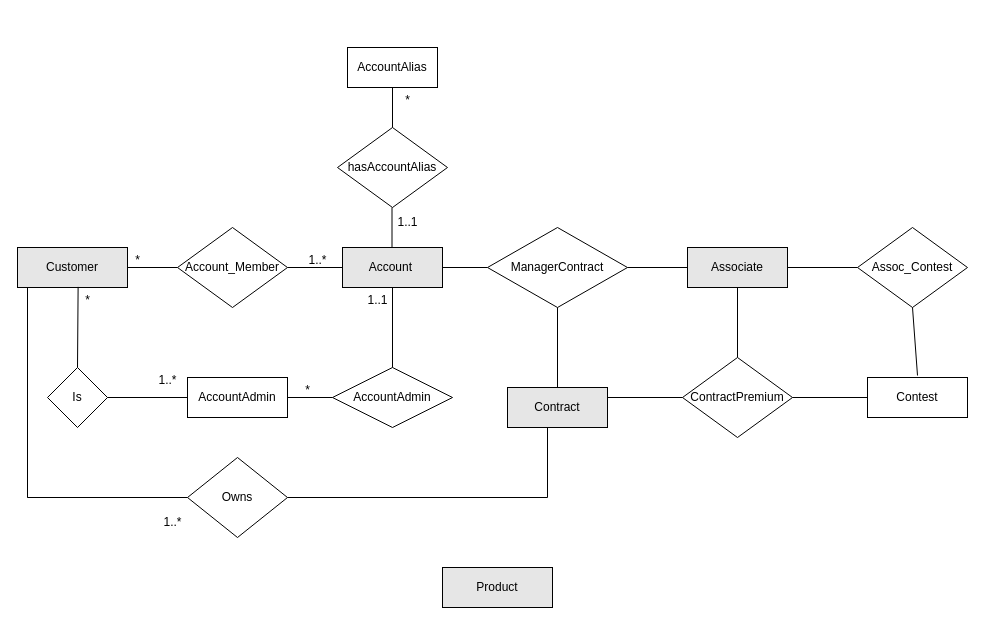
Above: page "Page-2" (2 of 2) of dsm-project-p1.drawio in HanquanL/c_practices (draw.io), before the change. Source tidied: cells renumbered, new cells numbered last; positions are measured from the earlier drawing's top-left corner, leaving out a move shared by most shapes. Both pictures are drawn from the tidied source at 100%, with x=0, y=0 at pixel (17, 47).
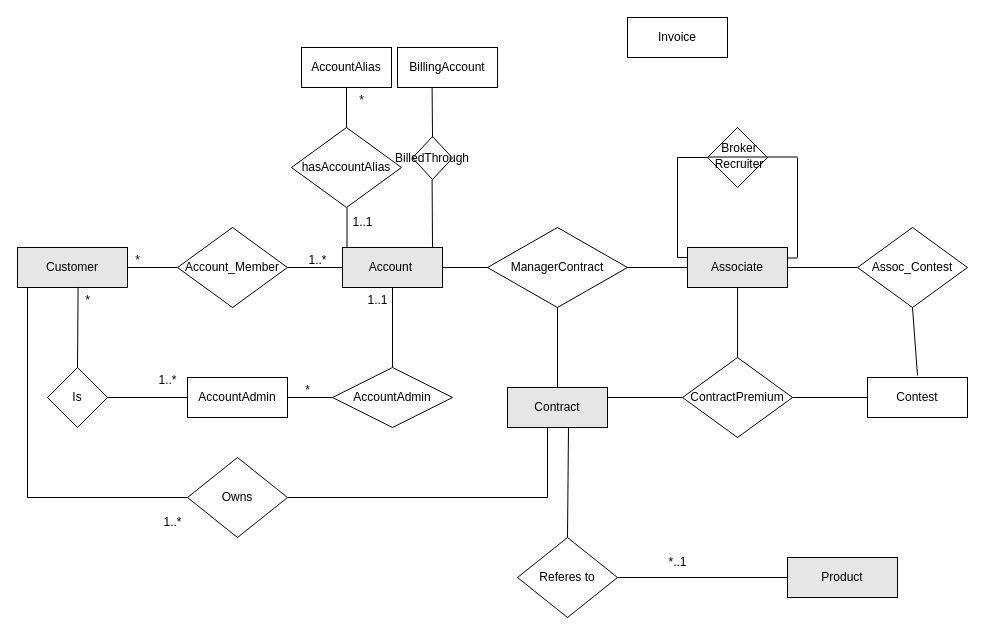
After the change.

Unchanged cells that the change refers to:
```xml
<mxCell id="30" value="Contract" style="rounded=0;whiteSpace=wrap;html=1;fillColor=#E6E6E6;" parent="1" vertex="1">
  <mxGeometry x="490" y="340" width="100" height="40" as="geometry" />
</mxCell>
```

The edit, as a diff of the source:
```diff
@@
     <mxCell id="20" value="AccountAlias" style="rounded=0;whiteSpace=wrap;html=1;" parent="1" vertex="1">
-      <mxGeometry x="330" width="90" height="40" as="geometry" />
+      <mxGeometry x="284" width="90" height="40" as="geometry" />
     </mxCell>
     <mxCell id="21" value="hasAccountAlias" style="rhombus;whiteSpace=wrap;html=1;" parent="1" vertex="1">
-      <mxGeometry x="320" y="80" width="110" height="80" as="geometry" />
+      <mxGeometry x="274" y="80" width="110" height="80" as="geometry" />
     </mxCell>
@@
     <mxCell id="23" style="endArrow=none;html=1;rounded=0;entryX=0.5;entryY=0;entryDx=0;entryDy=0;exitX=0.5;exitY=1;exitDx=0;exitDy=0;" parent="1" edge="1">
       <mxGeometry relative="1" as="geometry">
-        <mxPoint x="374.5" y="160" as="sourcePoint" />
-        <mxPoint x="374.5" y="200" as="targetPoint" />
+        <mxPoint x="329.5" y="160" as="sourcePoint" />
+        <mxPoint x="329.5" y="200" as="targetPoint" />
       </mxGeometry>
     </mxCell>
     <mxCell id="24" value="*" style="text;html=1;align=center;verticalAlign=middle;strokeColor=none;fillColor=none;" parent="1" vertex="1">
-      <mxGeometry x="375" y="38" width="30" height="30" as="geometry" />
+      <mxGeometry x="329" y="38" width="30" height="30" as="geometry" />
     </mxCell>
     <mxCell id="25" value="1..1" style="text;html=1;align=center;verticalAlign=middle;strokeColor=none;fillColor=none;" parent="1" vertex="1">
-      <mxGeometry x="370" y="160" width="40" height="30" as="geometry" />
+      <mxGeometry x="325" y="160" width="40" height="30" as="geometry" />
     </mxCell>
@@
     <mxCell id="44" value="Product" style="rounded=0;whiteSpace=wrap;html=1;fillColor=#E6E6E6;" parent="1" vertex="1">
-      <mxGeometry x="425" y="520" width="110" height="40" as="geometry" />
+      <mxGeometry x="770" y="510" width="110" height="40" as="geometry" />
     </mxCell>
+    <mxCell id="45" value="Referes to" style="rhombus;whiteSpace=wrap;html=1;" parent="1" vertex="1">
+      <mxGeometry x="500" y="490" width="100" height="80" as="geometry" />
+    </mxCell>
+    <mxCell id="46" style="endArrow=none;html=1;rounded=0;exitX=0.5;exitY=0;exitDx=0;exitDy=0;entryX=0.61;entryY=1;entryDx=0;entryDy=0;entryPerimeter=0;" parent="1" edge="1" source="45" target="30">
+      <mxGeometry relative="1" as="geometry" />
+    </mxCell>
+    <mxCell id="47" style="endArrow=none;html=1;rounded=0;exitX=0;exitY=0.5;exitDx=0;exitDy=0;entryX=1;entryY=0.5;entryDx=0;entryDy=0;" parent="1" edge="1" source="44" target="45">
+      <mxGeometry relative="1" as="geometry" />
+    </mxCell>
+    <mxCell id="48" value="*..1" style="text;html=1;align=center;verticalAlign=middle;strokeColor=none;fillColor=none;" parent="1" vertex="1">
+      <mxGeometry x="640" y="500" width="40" height="30" as="geometry" />
+    </mxCell>
+    <mxCell id="49" style="rhombus;whiteSpace=wrap;html=1;" parent="1" vertex="1">
+      <mxGeometry x="690" y="80" width="60" height="60" as="geometry" />
+    </mxCell>
+    <mxCell id="50" style="endArrow=none;html=1;rounded=0;" parent="1" edge="1">
+      <mxGeometry relative="1" as="geometry">
+        <mxPoint x="660" y="210" as="sourcePoint" />
+        <mxPoint x="660" y="110" as="targetPoint" />
+      </mxGeometry>
+    </mxCell>
+    <mxCell id="51" style="endArrow=none;html=1;rounded=0;" parent="1" edge="1">
+      <mxGeometry relative="1" as="geometry">
+        <mxPoint x="660" y="110" as="sourcePoint" />
+        <mxPoint x="690" y="110" as="targetPoint" />
+      </mxGeometry>
+    </mxCell>
+    <mxCell id="52" style="endArrow=none;html=1;rounded=0;" parent="1" edge="1">
+      <mxGeometry relative="1" as="geometry">
+        <mxPoint x="750" y="109.5" as="sourcePoint" />
+        <mxPoint x="780" y="109.5" as="targetPoint" />
+      </mxGeometry>
+    </mxCell>
+    <mxCell id="53" style="endArrow=none;html=1;rounded=0;" parent="1" edge="1">
+      <mxGeometry relative="1" as="geometry">
+        <mxPoint x="660" y="210" as="sourcePoint" />
+        <mxPoint x="670" y="210" as="targetPoint" />
+      </mxGeometry>
+    </mxCell>
+    <mxCell id="54" style="endArrow=none;html=1;rounded=0;" parent="1" edge="1">
+      <mxGeometry relative="1" as="geometry">
+        <mxPoint x="780" y="210" as="sourcePoint" />
+        <mxPoint x="780" y="110" as="targetPoint" />
+      </mxGeometry>
+    </mxCell>
+    <mxCell id="55" style="endArrow=none;html=1;rounded=0;" parent="1" edge="1">
+      <mxGeometry relative="1" as="geometry">
+        <mxPoint x="770" y="210.5" as="sourcePoint" />
+        <mxPoint x="780" y="210.5" as="targetPoint" />
+      </mxGeometry>
+    </mxCell>
+    <mxCell id="56" style="endArrow=none;html=1;rounded=0;entryX=1;entryY=0.5;entryDx=0;entryDy=0;exitX=0;exitY=0.5;exitDx=0;exitDy=0;" parent="1" edge="1">
+      <mxGeometry relative="1" as="geometry">
+        <mxPoint x="750" y="109.5" as="sourcePoint" />
+        <mxPoint x="690" y="109.5" as="targetPoint" />
+      </mxGeometry>
+    </mxCell>
+    <mxCell id="57" value="Broker" style="text;html=1;align=center;verticalAlign=middle;whiteSpace=wrap;rounded=0;" parent="1" vertex="1">
+      <mxGeometry x="692" y="86" width="60" height="30" as="geometry" />
+    </mxCell>
+    <mxCell id="58" value="Recruiter" style="text;html=1;align=center;verticalAlign=middle;whiteSpace=wrap;rounded=0;" parent="1" vertex="1">
+      <mxGeometry x="692" y="102" width="60" height="30" as="geometry" />
+    </mxCell>
+    <mxCell id="59" value="BillingAccount" style="rounded=0;whiteSpace=wrap;html=1;" parent="1" vertex="1">
+      <mxGeometry x="380" width="100" height="40" as="geometry" />
+    </mxCell>
+    <mxCell id="60" value="BilledThrough" style="rhombus;whiteSpace=wrap;html=1;" parent="1" vertex="1">
+      <mxGeometry x="395" y="89" width="40" height="43" as="geometry" />
+    </mxCell>
+    <mxCell id="61" style="endArrow=none;html=1;rounded=0;entryX=0.5;entryY=1;entryDx=0;entryDy=0;" parent="1" edge="1">
+      <mxGeometry relative="1" as="geometry">
+        <mxPoint x="415" y="200" as="sourcePoint" />
+        <mxPoint x="414.6" y="132" as="targetPoint" />
+      </mxGeometry>
+    </mxCell>
+    <mxCell id="62" style="endArrow=none;html=1;rounded=0;entryX=0.5;entryY=1;entryDx=0;entryDy=0;" parent="1" edge="1">
+      <mxGeometry relative="1" as="geometry">
+        <mxPoint x="415" y="90" as="sourcePoint" />
+        <mxPoint x="414.6" y="40" as="targetPoint" />
+      </mxGeometry>
+    </mxCell>
+    <mxCell id="63" value="Invoice" style="rounded=0;whiteSpace=wrap;html=1;" parent="1" vertex="1">
+      <mxGeometry x="610" y="-30" width="100" height="40" as="geometry" />
+    </mxCell>
```
